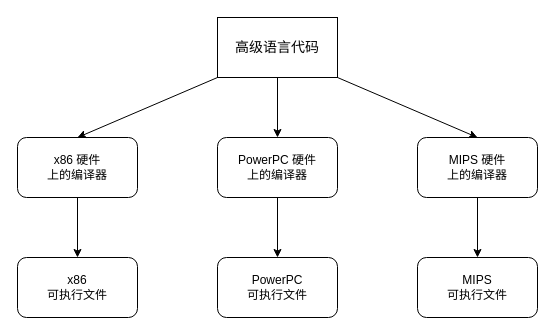
Earlier version of the draw.io diagram assets/draw.io/00-02-recompile.drawio (Ranlajetech/LearnCpp). Source tidied: cells renumbered, new cells numbered last; positions are measured from the earlier drawing's top-left corner, leaving out a move shared by most shapes. Both pictures are drawn from the tidied source at 100%, with x=0, y=0 at pixel (17, 17).
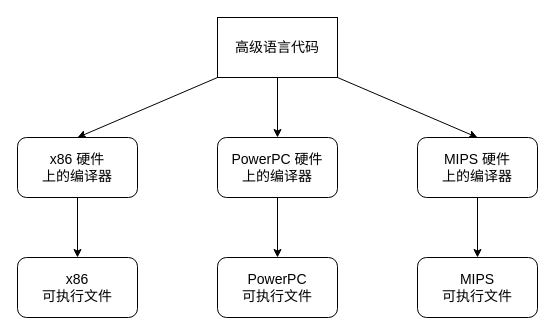
Above is the later version.

Change to the diagram source:
```diff
@@
 <mxGraphModel>
   <root>
     <mxCell id="0" />
     <mxCell id="1" parent="0" />
     <mxCell id="2" style="edgeStyle=orthogonalEdgeStyle;rounded=0;jettySize=auto;html=1;entryX=0.5;entryY=0;entryDx=0;entryDy=0;" parent="1" edge="1" source="5" target="7">
       <mxGeometry relative="1" as="geometry" />
     </mxCell>
     <mxCell id="3" style="rounded=0;jettySize=auto;html=1;exitX=1;exitY=1;exitDx=0;exitDy=0;entryX=0.5;entryY=0;entryDx=0;entryDy=0;" parent="1" edge="1" source="5" target="11">
       <mxGeometry relative="1" as="geometry" />
     </mxCell>
     <mxCell id="4" style="rounded=0;jettySize=auto;html=1;exitX=0;exitY=1;exitDx=0;exitDy=0;entryX=0.5;entryY=0;entryDx=0;entryDy=0;" parent="1" edge="1" source="5" target="9">
       <mxGeometry relative="1" as="geometry" />
     </mxCell>
     <mxCell id="5" value="&lt;font style=&quot;font-size: 14px;&quot;&gt;高级语言代码&lt;/font&gt;" style="rounded=0;whiteSpace=wrap;html=1;fillColor=none;" parent="1" vertex="1">
       <mxGeometry x="200" width="120" height="60" as="geometry" />
     </mxCell>
     <mxCell id="6" style="edgeStyle=orthogonalEdgeStyle;rounded=0;jettySize=auto;html=1;entryX=0.5;entryY=0;entryDx=0;entryDy=0;" parent="1" edge="1" source="7" target="13">
       <mxGeometry relative="1" as="geometry" />
     </mxCell>
-    <mxCell id="7" value="PowerPC 硬件&lt;br&gt;上的编译器" style="rounded=1;whiteSpace=wrap;html=1;fillColor=none;" parent="1" vertex="1">
+    <mxCell id="7" value="&lt;font style=&quot;font-size: 14px;&quot;&gt;PowerPC 硬件&lt;br&gt;上的编译器&lt;/font&gt;" style="rounded=1;whiteSpace=wrap;html=1;fillColor=none;" parent="1" vertex="1">
       <mxGeometry x="200" y="120" width="120" height="60" as="geometry" />
     </mxCell>
     <mxCell id="8" style="edgeStyle=orthogonalEdgeStyle;rounded=0;jettySize=auto;html=1;exitX=0.5;exitY=1;exitDx=0;exitDy=0;entryX=0.5;entryY=0;entryDx=0;entryDy=0;" parent="1" edge="1" source="9" target="12">
       <mxGeometry relative="1" as="geometry" />
     </mxCell>
-    <mxCell id="9" value="x86 硬件&lt;br&gt;上的编译器" style="rounded=1;whiteSpace=wrap;html=1;fillColor=none;" parent="1" vertex="1">
+    <mxCell id="9" value="&lt;font style=&quot;font-size: 14px;&quot;&gt;x86 硬件&lt;br&gt;上的编译器&lt;/font&gt;" style="rounded=1;whiteSpace=wrap;html=1;fillColor=none;" parent="1" vertex="1">
       <mxGeometry y="120" width="120" height="60" as="geometry" />
     </mxCell>
     <mxCell id="10" style="edgeStyle=orthogonalEdgeStyle;rounded=0;jettySize=auto;html=1;exitX=0.5;exitY=1;exitDx=0;exitDy=0;entryX=0.5;entryY=0;entryDx=0;entryDy=0;" parent="1" edge="1" source="11" target="14">
       <mxGeometry relative="1" as="geometry" />
     </mxCell>
-    <mxCell id="11" value="MIPS 硬件&lt;br&gt;上的编译器" style="rounded=1;whiteSpace=wrap;html=1;fillColor=none;" parent="1" vertex="1">
+    <mxCell id="11" value="&lt;font style=&quot;font-size: 14px;&quot;&gt;MIPS 硬件&lt;br&gt;上的编译器&lt;/font&gt;" style="rounded=1;whiteSpace=wrap;html=1;fillColor=none;" parent="1" vertex="1">
       <mxGeometry x="400" y="120" width="120" height="60" as="geometry" />
     </mxCell>
-    <mxCell id="12" value="x86&lt;br&gt;可执行文件" style="rounded=1;whiteSpace=wrap;html=1;fillColor=none;" parent="1" vertex="1">
+    <mxCell id="12" value="&lt;font style=&quot;font-size: 14px;&quot;&gt;x86&lt;br&gt;可执行文件&lt;/font&gt;" style="rounded=1;whiteSpace=wrap;html=1;fillColor=none;" parent="1" vertex="1">
       <mxGeometry y="240" width="120" height="60" as="geometry" />
     </mxCell>
-    <mxCell id="13" value="PowerPC&lt;br&gt;可执行文件" style="rounded=1;whiteSpace=wrap;html=1;fillColor=none;" parent="1" vertex="1">
+    <mxCell id="13" value="&lt;font style=&quot;font-size: 14px;&quot;&gt;PowerPC&lt;br&gt;可执行文件&lt;/font&gt;" style="rounded=1;whiteSpace=wrap;html=1;fillColor=none;" parent="1" vertex="1">
       <mxGeometry x="200" y="240" width="120" height="60" as="geometry" />
     </mxCell>
-    <mxCell id="14" value="MIPS&lt;br&gt;可执行文件" style="rounded=1;whiteSpace=wrap;html=1;fillColor=none;" parent="1" vertex="1">
+    <mxCell id="14" value="&lt;font style=&quot;font-size: 14px;&quot;&gt;MIPS&lt;br&gt;可执行文件&lt;/font&gt;" style="rounded=1;whiteSpace=wrap;html=1;fillColor=none;" parent="1" vertex="1">
       <mxGeometry x="400" y="240" width="120" height="60" as="geometry" />
     </mxCell>
   </root>
 </mxGraphModel>
```
